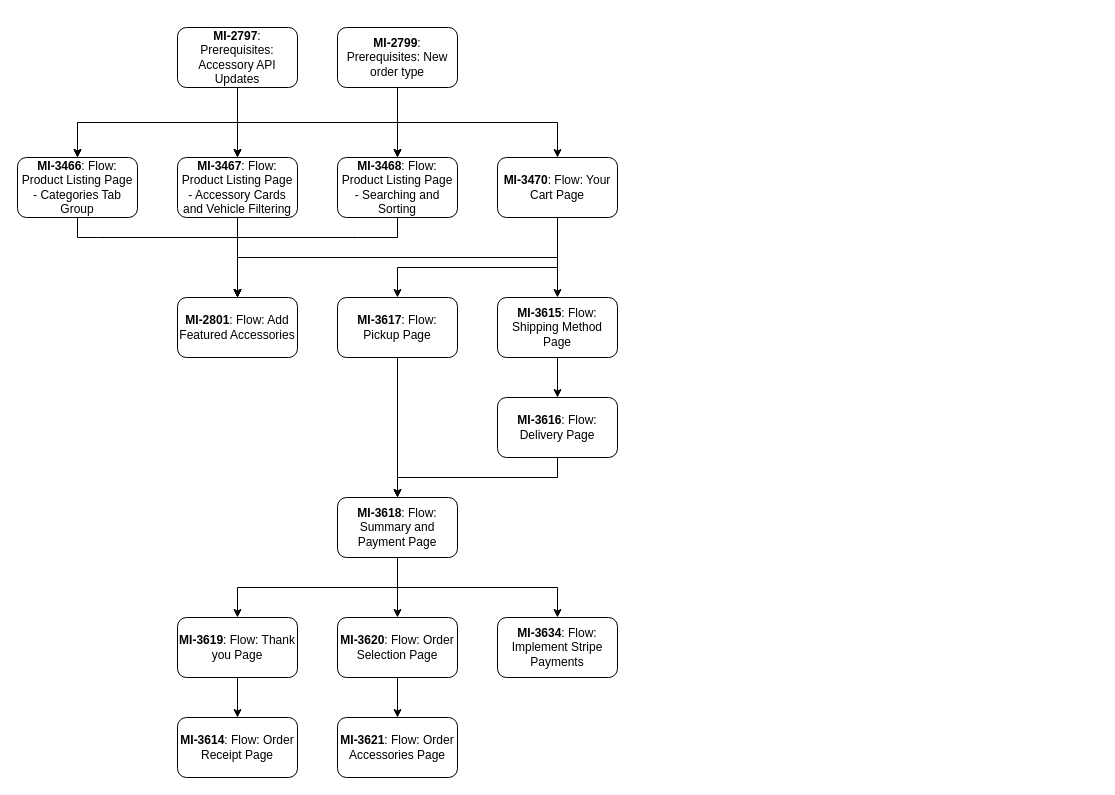
Above: Untitled Diagram.drawio in rabihkodeih/agflow_test (draw.io), before the change. Source tidied: cells renumbered, new cells numbered last; positions are measured from the earlier drawing's top-left corner, leaving out a move shared by most shapes. Both pictures are drawn from the tidied source at 100%, with x=0, y=0 at pixel (17, 27).
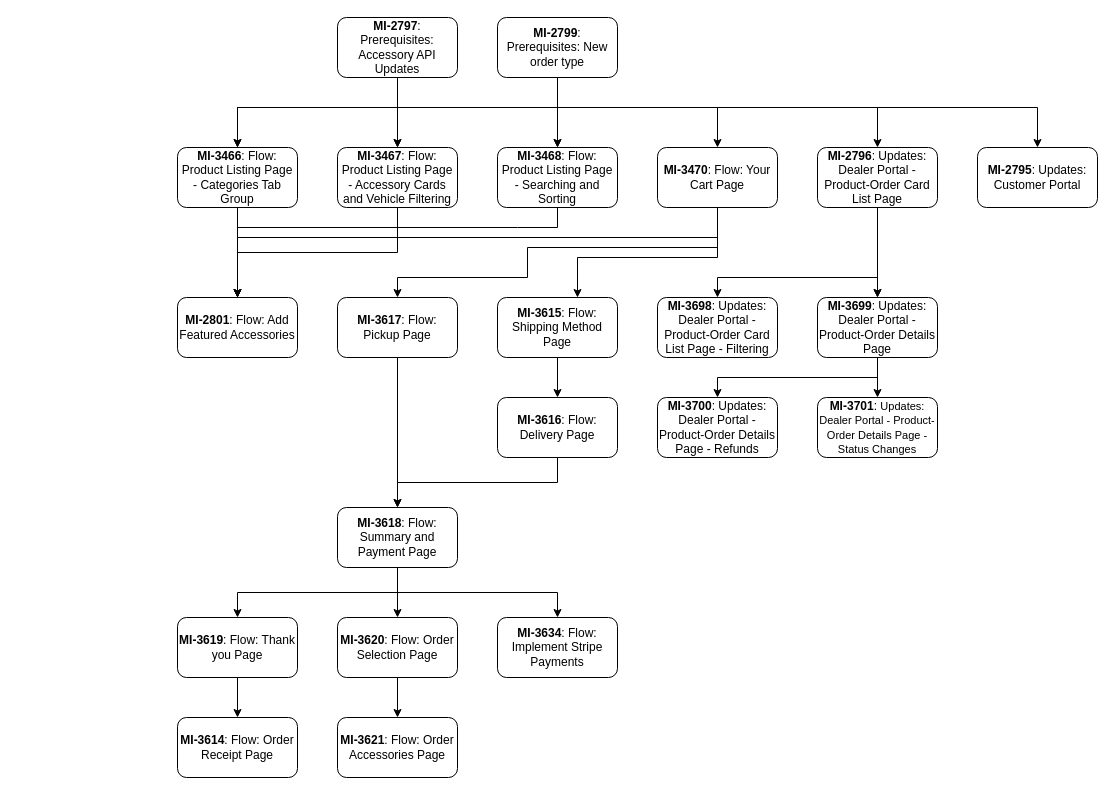
The same diagram, later.

Unchanged cells that the change refers to:
```xml
<mxCell id="22" value="&lt;b&gt;MI-3615&lt;/b&gt;: Flow: Shipping Method Page" style="whiteSpace=wrap;html=1;rounded=1;" parent="1" vertex="1">
  <mxGeometry x="480" y="270" width="120" height="60" as="geometry" />
</mxCell>
<mxCell id="26" value="&lt;b&gt;MI-3617&lt;/b&gt;: Flow: Pickup Page" style="rounded=1;whiteSpace=wrap;html=1;" parent="1" vertex="1">
  <mxGeometry x="320" y="270" width="120" height="60" as="geometry" />
</mxCell>
<mxCell id="37" value="&lt;b&gt;MI-2801&lt;/b&gt;: Flow: Add Featured Accessories" style="rounded=1;whiteSpace=wrap;html=1;" parent="1" vertex="1">
  <mxGeometry x="160" y="270" width="120" height="60" as="geometry" />
</mxCell>
```

Diff of the diagram source:
```diff
@@
     <mxCell id="2" style="edgeStyle=orthogonalEdgeStyle;rounded=0;jettySize=auto;html=1;exitX=0.5;exitY=1;exitDx=0;exitDy=0;entryX=0.5;entryY=0;entryDx=0;entryDy=0;" parent="1" edge="1" source="3" target="37">
       <mxGeometry relative="1" as="geometry">
         <Array as="points">
-          <mxPoint x="80" y="210" />
-          <mxPoint x="210" y="210" />
+          <mxPoint x="240" y="200" />
+          <mxPoint x="370" y="200" />
         </Array>
       </mxGeometry>
     </mxCell>
     <mxCell id="3" value="&lt;b&gt;MI-3466&lt;/b&gt;: Flow: Product Listing Page - Categories Tab Group" style="rounded=1;whiteSpace=wrap;html=1;" parent="1" vertex="1">
-      <mxGeometry y="130" width="120" height="60" as="geometry" />
+      <mxGeometry x="160" y="120" width="120" height="60" as="geometry" />
     </mxCell>
     <mxCell id="4" style="edgeStyle=orthogonalEdgeStyle;rounded=0;jettySize=auto;html=1;entryX=0.5;entryY=0;entryDx=0;entryDy=0;exitX=0.5;exitY=1;exitDx=0;exitDy=0;" parent="1" edge="1" source="8" target="3">
-      <mxGeometry relative="1" as="geometry" />
+      <mxGeometry relative="1" as="geometry">
+        <Array as="points">
+          <mxPoint x="380" y="80" />
+          <mxPoint x="220" y="80" />
+        </Array>
+      </mxGeometry>
     </mxCell>
@@
     <mxCell id="6" style="edgeStyle=orthogonalEdgeStyle;rounded=0;jettySize=auto;html=1;entryX=0.5;entryY=0;entryDx=0;entryDy=0;exitX=0.5;exitY=1;exitDx=0;exitDy=0;" parent="1" edge="1" source="8" target="16">
-      <mxGeometry relative="1" as="geometry" />
+      <mxGeometry relative="1" as="geometry">
+        <Array as="points">
+          <mxPoint x="380" y="80" />
+          <mxPoint x="540" y="80" />
+        </Array>
+      </mxGeometry>
     </mxCell>
     <mxCell id="7" style="edgeStyle=orthogonalEdgeStyle;rounded=0;jettySize=auto;html=1;exitX=0.5;exitY=1;exitDx=0;exitDy=0;" parent="1" edge="1" source="8" target="20">
-      <mxGeometry relative="1" as="geometry" />
+      <mxGeometry relative="1" as="geometry">
+        <Array as="points">
+          <mxPoint x="380" y="80" />
+          <mxPoint x="700" y="80" />
+        </Array>
+      </mxGeometry>
     </mxCell>
+    <mxCell id="39" style="edgeStyle=orthogonalEdgeStyle;rounded=0;jettySize=auto;html=1;exitX=0.5;exitY=1;exitDx=0;exitDy=0;entryX=0.5;entryY=0;entryDx=0;entryDy=0;" parent="1" edge="1" source="8" target="45">
+      <mxGeometry relative="1" as="geometry">
+        <Array as="points">
+          <mxPoint x="380" y="80" />
+          <mxPoint x="860" y="80" />
+        </Array>
+      </mxGeometry>
+    </mxCell>
     <mxCell id="8" value="&lt;b&gt;MI-2797&lt;/b&gt;: Prerequisites: Accessory API Updates" style="rounded=1;whiteSpace=wrap;html=1;" parent="1" vertex="1">
-      <mxGeometry x="160" width="120" height="60" as="geometry" />
+      <mxGeometry x="320" y="-10" width="120" height="60" as="geometry" />
     </mxCell>
     <mxCell id="9" style="edgeStyle=orthogonalEdgeStyle;rounded=0;jettySize=auto;html=1;entryX=0.5;entryY=0;entryDx=0;entryDy=0;exitX=0.5;exitY=1;exitDx=0;exitDy=0;" parent="1" edge="1" source="12" target="3">
-      <mxGeometry relative="1" as="geometry" />
+      <mxGeometry relative="1" as="geometry">
+        <Array as="points">
+          <mxPoint x="540" y="80" />
+          <mxPoint x="220" y="80" />
+        </Array>
+      </mxGeometry>
     </mxCell>
     <mxCell id="10" style="edgeStyle=orthogonalEdgeStyle;rounded=0;jettySize=auto;html=1;entryX=0.5;entryY=0;entryDx=0;entryDy=0;exitX=0.5;exitY=1;exitDx=0;exitDy=0;" parent="1" edge="1" source="12" target="14">
-      <mxGeometry relative="1" as="geometry" />
+      <mxGeometry relative="1" as="geometry">
+        <Array as="points">
+          <mxPoint x="540" y="80" />
+          <mxPoint x="380" y="80" />
+        </Array>
+      </mxGeometry>
     </mxCell>
@@
+    <mxCell id="40" style="edgeStyle=orthogonalEdgeStyle;rounded=0;jettySize=auto;html=1;exitX=0.5;exitY=1;exitDx=0;exitDy=0;entryX=0.5;entryY=0;entryDx=0;entryDy=0;" parent="1" edge="1" source="12" target="41">
+      <mxGeometry relative="1" as="geometry">
+        <Array as="points">
+          <mxPoint x="540" y="80" />
+          <mxPoint x="1020" y="80" />
+        </Array>
+      </mxGeometry>
+    </mxCell>
     <mxCell id="12" value="&lt;b&gt;MI-2799&lt;/b&gt;: Prerequisites: New order type" style="rounded=1;whiteSpace=wrap;html=1;" parent="1" vertex="1">
-      <mxGeometry x="320" width="120" height="60" as="geometry" />
+      <mxGeometry x="480" y="-10" width="120" height="60" as="geometry" />
     </mxCell>
@@
     <mxCell id="14" value="&lt;b&gt;MI-3467&lt;/b&gt;: Flow: Product Listing Page - Accessory Cards and Vehicle Filtering" style="rounded=1;whiteSpace=wrap;html=1;" parent="1" vertex="1">
-      <mxGeometry x="160" y="130" width="120" height="60" as="geometry" />
+      <mxGeometry x="320" y="120" width="120" height="60" as="geometry" />
     </mxCell>
     <mxCell id="15" style="edgeStyle=orthogonalEdgeStyle;rounded=0;jettySize=auto;html=1;exitX=0.5;exitY=1;exitDx=0;exitDy=0;entryX=0.5;entryY=0;entryDx=0;entryDy=0;" parent="1" edge="1" source="16" target="37">
       <mxGeometry relative="1" as="geometry">
         <Array as="points">
-          <mxPoint x="340" y="210" />
-          <mxPoint x="210" y="210" />
+          <mxPoint x="500" y="200" />
+          <mxPoint x="370" y="200" />
         </Array>
       </mxGeometry>
     </mxCell>
     <mxCell id="16" value="&lt;b&gt;MI-3468&lt;/b&gt;: Flow: Product Listing Page - Searching and Sorting" style="rounded=1;whiteSpace=wrap;html=1;" parent="1" vertex="1">
-      <mxGeometry x="320" y="130" width="120" height="60" as="geometry" />
+      <mxGeometry x="480" y="120" width="120" height="60" as="geometry" />
     </mxCell>
     <mxCell id="17" style="edgeStyle=orthogonalEdgeStyle;rounded=0;jettySize=auto;html=1;" parent="1" edge="1" source="20" target="22">
-      <mxGeometry relative="1" as="geometry" />
+      <mxGeometry relative="1" as="geometry">
+        <Array as="points">
+          <mxPoint x="700" y="230" />
+          <mxPoint x="560" y="230" />
+        </Array>
+      </mxGeometry>
     </mxCell>
     <mxCell id="18" style="edgeStyle=orthogonalEdgeStyle;rounded=0;jettySize=auto;html=1;entryX=0.5;entryY=0;entryDx=0;entryDy=0;exitX=0.5;exitY=1;exitDx=0;exitDy=0;" parent="1" edge="1" source="20" target="26">
       <mxGeometry relative="1" as="geometry">
         <Array as="points">
-          <mxPoint x="540" y="240" />
-          <mxPoint x="380" y="240" />
+          <mxPoint x="700" y="220" />
+          <mxPoint x="510" y="220" />
+          <mxPoint x="510" y="250" />
+          <mxPoint x="380" y="250" />
         </Array>
       </mxGeometry>
     </mxCell>
     <mxCell id="19" style="edgeStyle=orthogonalEdgeStyle;rounded=0;jettySize=auto;html=1;exitX=0.5;exitY=1;exitDx=0;exitDy=0;entryX=0.5;entryY=0;entryDx=0;entryDy=0;" parent="1" edge="1" source="20" target="37">
       <mxGeometry relative="1" as="geometry">
         <Array as="points">
-          <mxPoint x="540" y="230" />
-          <mxPoint x="220" y="230" />
+          <mxPoint x="700" y="210" />
+          <mxPoint x="220" y="210" />
         </Array>
       </mxGeometry>
     </mxCell>
     <mxCell id="20" value="&lt;b&gt;MI-3470&lt;/b&gt;: Flow: Your Cart Page" style="rounded=1;whiteSpace=wrap;html=1;" parent="1" vertex="1">
-      <mxGeometry x="480" y="130" width="120" height="60" as="geometry" />
+      <mxGeometry x="640" y="120" width="120" height="60" as="geometry" />
     </mxCell>
@@
     <mxCell id="30" value="&lt;b&gt;MI-3618&lt;/b&gt;: Flow: Summary and Payment Page" style="whiteSpace=wrap;html=1;rounded=1;" parent="1" vertex="1">
-      <mxGeometry x="320" y="470" width="120" height="60" as="geometry" />
+      <mxGeometry x="320" y="480" width="120" height="60" as="geometry" />
     </mxCell>
@@
+    <mxCell id="41" value="&lt;b&gt;MI-2795&lt;/b&gt;: Updates: Customer Portal" style="whiteSpace=wrap;html=1;rounded=1;" parent="1" vertex="1">
+      <mxGeometry x="960" y="120" width="120" height="60" as="geometry" />
+    </mxCell>
+    <mxCell id="42" style="edgeStyle=orthogonalEdgeStyle;rounded=0;jettySize=auto;html=1;" parent="1" edge="1" source="45" target="48">
+      <mxGeometry relative="1" as="geometry" />
+    </mxCell>
+    <mxCell id="43" style="edgeStyle=orthogonalEdgeStyle;rounded=0;jettySize=auto;html=1;" parent="1" edge="1" source="45" target="48">
+      <mxGeometry relative="1" as="geometry" />
+    </mxCell>
+    <mxCell id="44" style="edgeStyle=orthogonalEdgeStyle;rounded=0;jettySize=auto;html=1;exitX=0.5;exitY=1;exitDx=0;exitDy=0;" parent="1" edge="1" source="45" target="49">
+      <mxGeometry relative="1" as="geometry">
+        <Array as="points">
+          <mxPoint x="860" y="250" />
+          <mxPoint x="700" y="250" />
+        </Array>
+      </mxGeometry>
+    </mxCell>
+    <mxCell id="45" value="&lt;b&gt;MI-2796&lt;/b&gt;: Updates: Dealer Portal - Product-Order Card List Page" style="rounded=1;whiteSpace=wrap;html=1;" parent="1" vertex="1">
+      <mxGeometry x="800" y="120" width="120" height="60" as="geometry" />
+    </mxCell>
+    <mxCell id="46" style="edgeStyle=orthogonalEdgeStyle;rounded=0;jettySize=auto;html=1;" parent="1" edge="1" source="48" target="50">
+      <mxGeometry relative="1" as="geometry" />
+    </mxCell>
+    <mxCell id="47" style="edgeStyle=orthogonalEdgeStyle;rounded=0;jettySize=auto;html=1;exitX=0.5;exitY=1;exitDx=0;exitDy=0;entryX=0.5;entryY=0;entryDx=0;entryDy=0;" parent="1" edge="1" source="48" target="51">
+      <mxGeometry relative="1" as="geometry" />
+    </mxCell>
+    <mxCell id="48" value="&lt;b&gt;MI-3699&lt;/b&gt;: Updates: Dealer Portal - Product-Order Details Page" style="whiteSpace=wrap;html=1;rounded=1;" parent="1" vertex="1">
+      <mxGeometry x="800" y="270" width="120" height="60" as="geometry" />
+    </mxCell>
+    <mxCell id="49" value="&lt;b&gt;MI-3698&lt;/b&gt;: Updates: Dealer Portal - Product-Order Card List Page - Filtering" style="whiteSpace=wrap;html=1;rounded=1;" parent="1" vertex="1">
+      <mxGeometry x="640" y="270" width="120" height="60" as="geometry" />
+    </mxCell>
+    <mxCell id="50" value="&lt;b&gt;MI-3701&lt;/b&gt;: &lt;font style=&quot;font-size: 11px;&quot;&gt;Updates: Dealer Portal - Product-Order Details Page - Status Changes&lt;/font&gt;" style="whiteSpace=wrap;html=1;rounded=1;" parent="1" vertex="1">
+      <mxGeometry x="800" y="370" width="120" height="60" as="geometry" />
+    </mxCell>
+    <mxCell id="51" value="&lt;b&gt;MI-3700&lt;/b&gt;: Updates: Dealer Portal - Product-Order Details Page - Refunds" style="whiteSpace=wrap;html=1;rounded=1;" parent="1" vertex="1">
+      <mxGeometry x="640" y="370" width="120" height="60" as="geometry" />
+    </mxCell>
```
